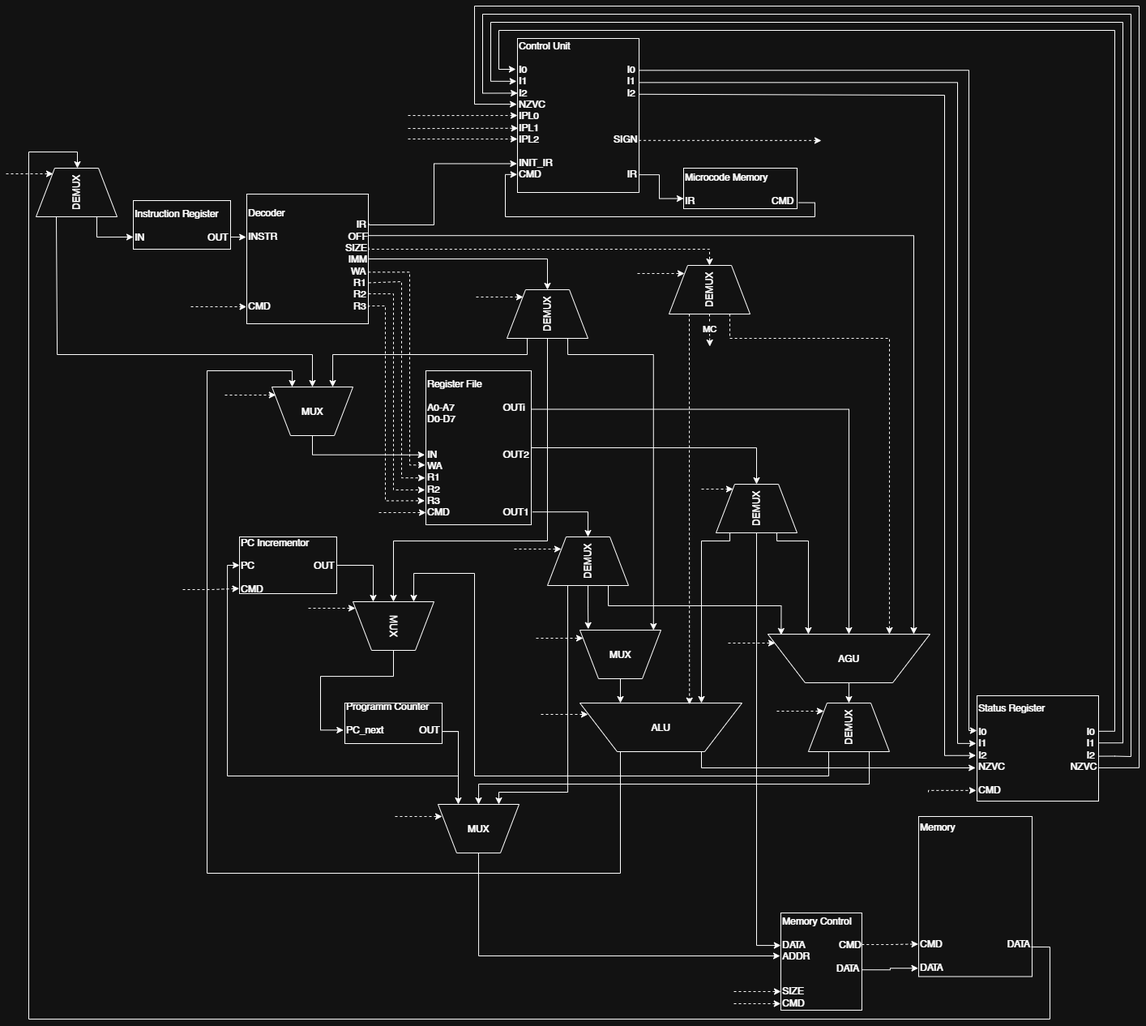
Earlier version of the draw.io export scheme/llm68kscheme.drawio.png (tr-osfh/computer_architecture). Source tidied: cells renumbered, new cells last; positions are measured from the earlier drawing's top-left corner, leaving out a move shared by most shapes.
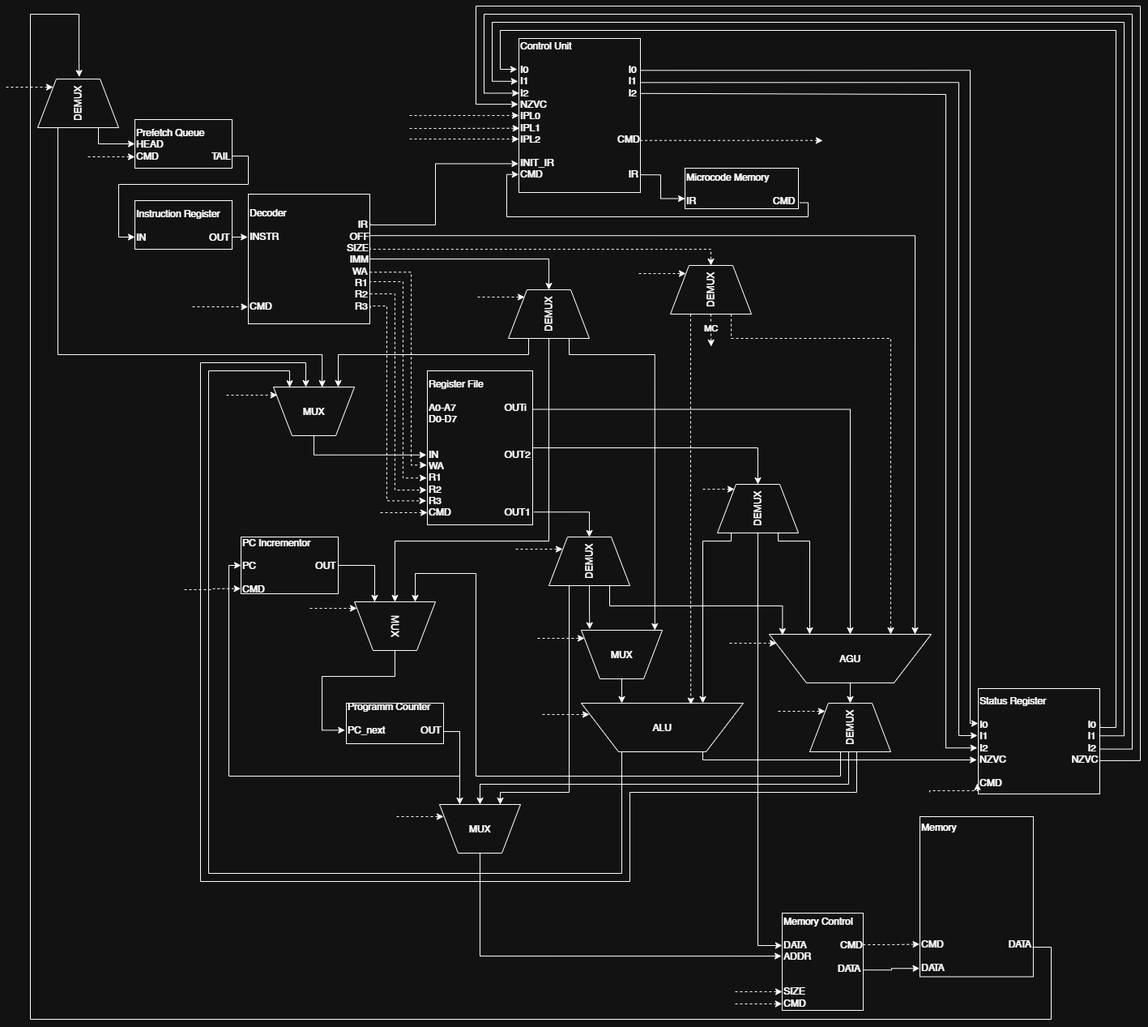
Later version of the same file.

Commit message:
fix: add Prefetch Queue

Change to the diagram source:
```diff
@@ -13,3 +13,3 @@
     </mxCell>
-    <mxCell id="5" style="edgeStyle=orthogonalEdgeStyle;rounded=0;jettySize=auto;html=1;entryX=0.25;entryY=1;entryDx=0;entryDy=0;exitX=0.25;exitY=0;exitDx=0;exitDy=0;" parent="1" edge="1" source="2" target="12">
+    <mxCell id="5" style="edgeStyle=orthogonalEdgeStyle;rounded=0;jettySize=auto;html=1;entryX=0.197;entryY=0.997;entryDx=0;entryDy=0;exitX=0.25;exitY=0;exitDx=0;exitDy=0;entryPerimeter=0;" parent="1" edge="1" source="2" target="12">
       <mxGeometry relative="1" as="geometry">
@@ -19,3 +19,4 @@
           <mxPoint x="248" y="450" />
-          <mxPoint x="353" y="450" />
+          <mxPoint x="348" y="450" />
+          <mxPoint x="348" y="470" />
         </Array>
@@ -29,6 +30,7 @@
     </mxCell>
-    <mxCell id="8" style="edgeStyle=orthogonalEdgeStyle;rounded=0;jettySize=auto;html=1;exitX=0.25;exitY=1;exitDx=0;exitDy=0;entryX=0.5;entryY=1;entryDx=0;entryDy=0;" parent="1" edge="1" source="45" target="19">
+    <mxCell id="8" style="edgeStyle=orthogonalEdgeStyle;rounded=0;jettySize=auto;html=1;exitX=0.5;exitY=1;exitDx=0;exitDy=0;entryX=0.5;entryY=1;entryDx=0;entryDy=0;" parent="1" edge="1" source="45" target="19">
       <mxGeometry relative="1" as="geometry">
         <Array as="points">
-          <mxPoint x="1065" y="960" />
+          <mxPoint x="1038" y="920" />
+          <mxPoint x="1038" y="960" />
           <mxPoint x="583" y="960" />
@@ -94,7 +96,7 @@
     </mxCell>
-    <mxCell id="23" style="edgeStyle=orthogonalEdgeStyle;rounded=0;jettySize=auto;html=1;exitX=0.75;exitY=1;exitDx=0;exitDy=0;entryX=0.5;entryY=1;entryDx=0;entryDy=0;" parent="1" edge="1" source="25" target="12">
+    <mxCell id="23" style="edgeStyle=orthogonalEdgeStyle;rounded=0;jettySize=auto;html=1;exitX=0.75;exitY=1;exitDx=0;exitDy=0;entryX=0.601;entryY=0.997;entryDx=0;entryDy=0;entryPerimeter=0;" parent="1" edge="1" source="25" target="12">
       <mxGeometry relative="1" as="geometry">
         <Array as="points">
-          <mxPoint x="63" y="430" />
-          <mxPoint x="378" y="430" />
+          <mxPoint x="62" y="430" />
+          <mxPoint x="388" y="430" />
         </Array>
@@ -102,3 +104,3 @@
     </mxCell>
-    <mxCell id="24" style="edgeStyle=orthogonalEdgeStyle;rounded=0;jettySize=auto;html=1;exitX=0.25;exitY=1;exitDx=0;exitDy=0;entryX=0;entryY=0.75;entryDx=0;entryDy=0;" parent="1" edge="1" source="25" target="22">
+    <mxCell id="24" style="edgeStyle=orthogonalEdgeStyle;rounded=0;jettySize=auto;html=1;exitX=0.25;exitY=1;exitDx=0;exitDy=0;entryX=0;entryY=0.5;entryDx=0;entryDy=0;" parent="1" edge="1" source="25" target="97">
       <mxGeometry relative="1" as="geometry" />
@@ -106,3 +108,3 @@
     <mxCell id="25" value="DEMUX" style="verticalLabelPosition=middle;verticalAlign=middle;html=1;shape=trapezoid;perimeter=trapezoidPerimeter;whiteSpace=wrap;size=0.23;arcSize=10;flipV=1;labelPosition=center;align=center;legacyAnchorPoints=0;rotation=-180;textDirection=vertical-rl;" parent="1" vertex="1">
-      <mxGeometry x="37" y="200" width="100" height="60" as="geometry" />
+      <mxGeometry x="37" y="90" width="100" height="60" as="geometry" />
     </mxCell>
@@ -111,3 +113,3 @@
     </mxCell>
-    <mxCell id="27" value="&lt;div&gt;Control Unit&lt;/div&gt;&lt;div&gt;&lt;br&gt;&lt;/div&gt;&lt;div&gt;&lt;div&gt;I0&lt;span style=&quot;white-space: pre;&quot;&gt;&#9;&lt;/span&gt;&lt;span style=&quot;white-space: pre;&quot;&gt;&#9;&lt;/span&gt;&lt;span style=&quot;white-space: pre;&quot;&gt;&#9;&lt;/span&gt;&lt;span style=&quot;white-space: pre;&quot;&gt;&#9;&lt;/span&gt;&lt;span style=&quot;white-space: pre;&quot;&gt;&#9;&lt;/span&gt;I0&lt;/div&gt;&lt;div&gt;I1&lt;span style=&quot;white-space: pre;&quot;&gt;&#9;&lt;/span&gt;&lt;span style=&quot;white-space: pre;&quot;&gt;&#9;&lt;/span&gt;&lt;span style=&quot;white-space: pre;&quot;&gt;&#9;&lt;/span&gt;&lt;span style=&quot;white-space: pre;&quot;&gt;&#9;&lt;/span&gt;&lt;span style=&quot;white-space: pre;&quot;&gt;&#9;&lt;/span&gt;I1&lt;/div&gt;&lt;div&gt;I2&lt;span style=&quot;white-space: pre;&quot;&gt;&#9;&lt;/span&gt;&lt;span style=&quot;white-space: pre;&quot;&gt;&#9;&lt;/span&gt;&lt;span style=&quot;white-space: pre;&quot;&gt;&#9;&lt;/span&gt;&lt;span style=&quot;white-space: pre;&quot;&gt;&#9;&lt;/span&gt;&lt;span style=&quot;white-space: pre;&quot;&gt;&#9;&lt;/span&gt;I2&lt;/div&gt;&lt;/div&gt;&lt;div&gt;NZVC&lt;/div&gt;&lt;div&gt;IPL0&lt;/div&gt;&lt;div&gt;IPL1&lt;/div&gt;&lt;div&gt;IPL2&lt;span style=&quot;white-space: pre;&quot;&gt;&#9;&lt;/span&gt;&lt;span style=&quot;white-space: pre;&quot;&gt;&#9;&lt;/span&gt;&lt;span style=&quot;white-space: pre;&quot;&gt;&#9;&lt;/span&gt;&lt;span style=&quot;white-space: pre;&quot;&gt;&#9;&amp;nbsp;&lt;/span&gt;&amp;nbsp;&amp;nbsp;&lt;span style=&quot;background-color: transparent; color: light-dark(rgb(0, 0, 0), rgb(255, 255, 255));&quot;&gt;SIGN&lt;/span&gt;&lt;/div&gt;&lt;div&gt;&lt;span style=&quot;white-space: pre;&quot;&gt;&#9;&lt;/span&gt;&lt;span style=&quot;white-space: pre;&quot;&gt;&#9;&lt;/span&gt;&lt;span style=&quot;white-space: pre;&quot;&gt;&#9;&lt;/span&gt;&lt;span style=&quot;white-space: pre;&quot;&gt;&#9;&lt;/span&gt;&amp;nbsp; &amp;nbsp; &amp;nbsp; &amp;nbsp;&amp;nbsp;&lt;/div&gt;&lt;div&gt;&lt;span style=&quot;background-color: transparent; color: light-dark(rgb(0, 0, 0), rgb(255, 255, 255));&quot;&gt;INIT_IR&amp;nbsp;&amp;nbsp;&lt;span style=&quot;white-space: pre;&quot;&gt;&#9;&lt;/span&gt;&lt;span style=&quot;white-space: pre;&quot;&gt;&#9;&lt;/span&gt;&lt;span style=&quot;white-space: pre;&quot;&gt;&#9;&lt;/span&gt;&amp;nbsp; &amp;nbsp; &amp;nbsp; &amp;nbsp;&amp;nbsp;&lt;/span&gt;&lt;/div&gt;&lt;div&gt;&lt;span style=&quot;background-color: transparent; color: light-dark(rgb(0, 0, 0), rgb(255, 255, 255));&quot;&gt;CMD&amp;nbsp;&amp;nbsp;&lt;/span&gt;&lt;span style=&quot;background-color: transparent; color: light-dark(rgb(0, 0, 0), rgb(255, 255, 255)); white-space: pre;&quot;&gt;&#9;&lt;/span&gt;&lt;span style=&quot;background-color: transparent; color: light-dark(rgb(0, 0, 0), rgb(255, 255, 255)); white-space: pre;&quot;&gt;&#9;&lt;/span&gt;&lt;span style=&quot;background-color: transparent; color: light-dark(rgb(0, 0, 0), rgb(255, 255, 255)); white-space: pre;&quot;&gt;&#9;&lt;/span&gt;&amp;nbsp; &amp;nbsp; &amp;nbsp; &amp;nbsp;&amp;nbsp;&lt;span style=&quot;background-color: transparent; color: light-dark(rgb(0, 0, 0), rgb(255, 255, 255));&quot;&gt;IR&lt;/span&gt;&lt;/div&gt;&lt;div&gt;&lt;span style=&quot;background-color: transparent; color: light-dark(rgb(0, 0, 0), rgb(255, 255, 255));&quot;&gt;&lt;br&gt;&lt;/span&gt;&lt;/div&gt;" style="rounded=0;whiteSpace=wrap;html=1;align=left;" parent="1" vertex="1">
+    <mxCell id="27" value="&lt;div&gt;Control Unit&lt;/div&gt;&lt;div&gt;&lt;br&gt;&lt;/div&gt;&lt;div&gt;&lt;div&gt;I0&lt;span style=&quot;white-space: pre;&quot;&gt;&#9;&lt;/span&gt;&lt;span style=&quot;white-space: pre;&quot;&gt;&#9;&lt;/span&gt;&lt;span style=&quot;white-space: pre;&quot;&gt;&#9;&lt;/span&gt;&lt;span style=&quot;white-space: pre;&quot;&gt;&#9;&lt;/span&gt;&lt;span style=&quot;white-space: pre;&quot;&gt;&#9;&lt;/span&gt;I0&lt;/div&gt;&lt;div&gt;I1&lt;span style=&quot;white-space: pre;&quot;&gt;&#9;&lt;/span&gt;&lt;span style=&quot;white-space: pre;&quot;&gt;&#9;&lt;/span&gt;&lt;span style=&quot;white-space: pre;&quot;&gt;&#9;&lt;/span&gt;&lt;span style=&quot;white-space: pre;&quot;&gt;&#9;&lt;/span&gt;&lt;span style=&quot;white-space: pre;&quot;&gt;&#9;&lt;/span&gt;I1&lt;/div&gt;&lt;div&gt;I2&lt;span style=&quot;white-space: pre;&quot;&gt;&#9;&lt;/span&gt;&lt;span style=&quot;white-space: pre;&quot;&gt;&#9;&lt;/span&gt;&lt;span style=&quot;white-space: pre;&quot;&gt;&#9;&lt;/span&gt;&lt;span style=&quot;white-space: pre;&quot;&gt;&#9;&lt;/span&gt;&lt;span style=&quot;white-space: pre;&quot;&gt;&#9;&lt;/span&gt;I2&lt;/div&gt;&lt;/div&gt;&lt;div&gt;NZVC&lt;/div&gt;&lt;div&gt;IPL0&lt;/div&gt;&lt;div&gt;IPL1&lt;/div&gt;&lt;div&gt;IPL2&lt;span style=&quot;white-space: pre;&quot;&gt;&#9;&lt;/span&gt;&lt;span style=&quot;white-space: pre;&quot;&gt;&#9;&lt;/span&gt;&lt;span style=&quot;white-space: pre;&quot;&gt;&#9;&lt;/span&gt;&lt;span style=&quot;white-space: pre;&quot;&gt;&#9;&amp;nbsp;&lt;/span&gt;&amp;nbsp; &amp;nbsp;CMD&lt;/div&gt;&lt;div&gt;&lt;span style=&quot;white-space: pre;&quot;&gt;&#9;&lt;/span&gt;&lt;span style=&quot;white-space: pre;&quot;&gt;&#9;&lt;/span&gt;&lt;span style=&quot;white-space: pre;&quot;&gt;&#9;&lt;/span&gt;&lt;span style=&quot;white-space: pre;&quot;&gt;&#9;&lt;/span&gt;&amp;nbsp; &amp;nbsp; &amp;nbsp; &amp;nbsp;&amp;nbsp;&lt;/div&gt;&lt;div&gt;&lt;span style=&quot;background-color: transparent; color: light-dark(rgb(0, 0, 0), rgb(255, 255, 255));&quot;&gt;INIT_IR&amp;nbsp;&amp;nbsp;&lt;span style=&quot;white-space: pre;&quot;&gt;&#9;&lt;/span&gt;&lt;span style=&quot;white-space: pre;&quot;&gt;&#9;&lt;/span&gt;&lt;span style=&quot;white-space: pre;&quot;&gt;&#9;&lt;/span&gt;&amp;nbsp; &amp;nbsp; &amp;nbsp; &amp;nbsp;&amp;nbsp;&lt;/span&gt;&lt;/div&gt;&lt;div&gt;&lt;span style=&quot;background-color: transparent; color: light-dark(rgb(0, 0, 0), rgb(255, 255, 255));&quot;&gt;CMD&amp;nbsp;&amp;nbsp;&lt;/span&gt;&lt;span style=&quot;background-color: transparent; color: light-dark(rgb(0, 0, 0), rgb(255, 255, 255)); white-space: pre;&quot;&gt;&#9;&lt;/span&gt;&lt;span style=&quot;background-color: transparent; color: light-dark(rgb(0, 0, 0), rgb(255, 255, 255)); white-space: pre;&quot;&gt;&#9;&lt;/span&gt;&lt;span style=&quot;background-color: transparent; color: light-dark(rgb(0, 0, 0), rgb(255, 255, 255)); white-space: pre;&quot;&gt;&#9;&lt;/span&gt;&amp;nbsp; &amp;nbsp; &amp;nbsp; &amp;nbsp;&amp;nbsp;&lt;span style=&quot;background-color: transparent; color: light-dark(rgb(0, 0, 0), rgb(255, 255, 255));&quot;&gt;IR&lt;/span&gt;&lt;/div&gt;&lt;div&gt;&lt;span style=&quot;background-color: transparent; color: light-dark(rgb(0, 0, 0), rgb(255, 255, 255));&quot;&gt;&lt;br&gt;&lt;/span&gt;&lt;/div&gt;" style="rounded=0;whiteSpace=wrap;html=1;align=left;" parent="1" vertex="1">
       <mxGeometry x="631" y="40" width="150" height="190" as="geometry" />
@@ -117,4 +119,4 @@
         <Array as="points">
-          <mxPoint x="998" y="243" />
-          <mxPoint x="998" y="260" />
+          <mxPoint x="988" y="243" />
+          <mxPoint x="988" y="260" />
           <mxPoint x="616" y="260" />
@@ -125,3 +127,3 @@
     <mxCell id="29" value="&lt;div&gt;Status Register&lt;/div&gt;&lt;div&gt;&lt;span style=&quot;white-space: pre;&quot;&gt;&#9;&lt;/span&gt;&lt;span style=&quot;white-space: pre;&quot;&gt;&#9;&lt;/span&gt;&lt;span style=&quot;white-space: pre;&quot;&gt;&#9;&lt;/span&gt;&lt;span style=&quot;white-space: pre;&quot;&gt;&#9;&lt;/span&gt;&amp;nbsp; &amp;nbsp; &amp;nbsp; &amp;nbsp;&amp;nbsp;&lt;/div&gt;&lt;div&gt;&lt;span style=&quot;background-color: transparent; color: light-dark(rgb(0, 0, 0), rgb(255, 255, 255));&quot;&gt;I0&lt;span style=&quot;white-space: pre;&quot;&gt;&#9;&lt;/span&gt;&lt;span style=&quot;white-space: pre;&quot;&gt;&#9;&lt;/span&gt;&lt;span style=&quot;white-space: pre;&quot;&gt;&#9;&lt;/span&gt;&lt;span style=&quot;white-space: pre;&quot;&gt;&#9;&lt;span style=&quot;white-space: pre;&quot;&gt;&#9;&lt;/span&gt;&lt;/span&gt;I0&lt;/span&gt;&lt;/div&gt;&lt;div&gt;&lt;span style=&quot;background-color: transparent; color: light-dark(rgb(0, 0, 0), rgb(255, 255, 255));&quot;&gt;I1&lt;span style=&quot;white-space: pre;&quot;&gt;&#9;&lt;/span&gt;&lt;span style=&quot;white-space: pre;&quot;&gt;&#9;&lt;/span&gt;&lt;span style=&quot;white-space: pre;&quot;&gt;&#9;&lt;/span&gt;&lt;span style=&quot;white-space: pre;&quot;&gt;&#9;&lt;/span&gt;&lt;span style=&quot;white-space: pre;&quot;&gt;&#9;&lt;/span&gt;I1&lt;/span&gt;&lt;/div&gt;&lt;div&gt;&lt;span style=&quot;background-color: transparent; color: light-dark(rgb(0, 0, 0), rgb(255, 255, 255));&quot;&gt;I2&lt;span style=&quot;white-space: pre;&quot;&gt;&#9;&lt;/span&gt;&lt;span style=&quot;white-space: pre;&quot;&gt;&#9;&lt;/span&gt;&lt;span style=&quot;white-space: pre;&quot;&gt;&#9;&lt;/span&gt;&lt;span style=&quot;white-space: pre;&quot;&gt;&#9;&lt;/span&gt;&lt;span style=&quot;white-space: pre;&quot;&gt;&#9;&lt;/span&gt;I2&lt;/span&gt;&lt;/div&gt;&lt;div&gt;&lt;div&gt;&lt;span style=&quot;background-color: transparent; color: light-dark(rgb(0, 0, 0), rgb(255, 255, 255));&quot;&gt;NZVC&lt;span style=&quot;white-space: pre;&quot;&gt;&#9;&lt;/span&gt;&lt;span style=&quot;white-space: pre;&quot;&gt;&#9;&lt;/span&gt;&lt;span style=&quot;white-space: pre;&quot;&gt;&#9;&lt;/span&gt;&amp;nbsp; NZVC&lt;/span&gt;&lt;/div&gt;&lt;/div&gt;&lt;div&gt;&lt;br&gt;&lt;/div&gt;&lt;div&gt;CMD&lt;/div&gt;" style="rounded=0;whiteSpace=wrap;html=1;align=left;" parent="1" vertex="1">
-      <mxGeometry x="1198" y="851" width="150" height="130" as="geometry" />
+      <mxGeometry x="1198" y="842" width="150" height="130" as="geometry" />
     </mxCell>
@@ -212,3 +214,4 @@
         <Array as="points">
-          <mxPoint x="1015" y="950" />
+          <mxPoint x="1028" y="920" />
+          <mxPoint x="1028" y="950" />
           <mxPoint x="578" y="950" />
@@ -238,3 +241,3 @@
     </mxCell>
-    <mxCell id="48" style="edgeStyle=orthogonalEdgeStyle;rounded=0;jettySize=auto;html=1;entryX=0.75;entryY=1;entryDx=0;entryDy=0;exitX=0.75;exitY=1;exitDx=0;exitDy=0;" parent="1" edge="1" source="49" target="12">
+    <mxCell id="48" style="edgeStyle=orthogonalEdgeStyle;rounded=0;jettySize=auto;html=1;exitX=0.75;exitY=1;exitDx=0;exitDy=0;entryX=0.797;entryY=1;entryDx=0;entryDy=0;entryPerimeter=0;" parent="1" edge="1" source="49" target="12">
       <mxGeometry relative="1" as="geometry">
@@ -242,3 +245,4 @@
           <mxPoint x="643" y="430" />
-          <mxPoint x="403" y="430" />
+          <mxPoint x="408" y="430" />
+          <mxPoint x="408" y="470" />
         </Array>
@@ -268,3 +272,3 @@
     </mxCell>
-    <mxCell id="55" style="edgeStyle=orthogonalEdgeStyle;rounded=0;jettySize=auto;html=1;exitX=0.993;exitY=0.815;exitDx=0;exitDy=0;exitPerimeter=0;entryX=0.5;entryY=0;entryDx=0;entryDy=0;" parent="1" edge="1" source="14" target="25">
+    <mxCell id="55" style="edgeStyle=orthogonalEdgeStyle;rounded=0;jettySize=auto;html=1;exitX=0.993;exitY=0.815;exitDx=0;exitDy=0;exitPerimeter=0;entryX=0.487;entryY=-0.044;entryDx=0;entryDy=0;entryPerimeter=0;" parent="1" edge="1" source="14" target="25">
       <mxGeometry relative="1" as="geometry">
@@ -274,5 +278,6 @@
           <mxPoint x="28" y="1250" />
-          <mxPoint x="28" y="180" />
-          <mxPoint x="88" y="180" />
-          <mxPoint x="88" y="200" />
+          <mxPoint x="28" y="10" />
+          <mxPoint x="88" y="10" />
+          <mxPoint x="88" y="70" />
+          <mxPoint x="88" y="70" />
         </Array>
@@ -292,4 +297,4 @@
         <Array as="points">
-          <mxPoint x="858" y="940" />
-          <mxPoint x="1196" y="940" />
+          <mxPoint x="858" y="930" />
+          <mxPoint x="1196" y="930" />
         </Array>
@@ -297,8 +302,9 @@
     </mxCell>
-    <mxCell id="58" style="edgeStyle=orthogonalEdgeStyle;rounded=0;jettySize=auto;html=1;exitX=0.997;exitY=0.362;exitDx=0;exitDy=0;exitPerimeter=0;entryX=-0.009;entryY=0.567;entryDx=0;entryDy=0;entryPerimeter=0;" parent="1" edge="1" source="27" target="29">
+    <mxCell id="58" style="edgeStyle=orthogonalEdgeStyle;rounded=0;jettySize=auto;html=1;exitX=0.997;exitY=0.362;exitDx=0;exitDy=0;exitPerimeter=0;entryX=-0.008;entryY=0.563;entryDx=0;entryDy=0;entryPerimeter=0;" parent="1" edge="1" target="29">
       <mxGeometry relative="1" as="geometry">
+        <mxPoint x="780.5" y="107.8" as="sourcePoint" />
         <Array as="points">
-          <mxPoint x="781" y="110" />
-          <mxPoint x="1158" y="110" />
-          <mxPoint x="1158" y="925" />
+          <mxPoint x="781" y="109" />
+          <mxPoint x="1158" y="109" />
+          <mxPoint x="1158" y="915" />
         </Array>
@@ -310,3 +316,4 @@
           <mxPoint x="1174" y="94" />
-          <mxPoint x="1174" y="910" />
+          <mxPoint x="1174" y="900" />
+          <mxPoint x="1197" y="900" />
         </Array>
@@ -318,4 +325,4 @@
           <mxPoint x="1188" y="79" />
-          <mxPoint x="1188" y="894" />
-          <mxPoint x="1198" y="894" />
+          <mxPoint x="1188" y="885" />
+          <mxPoint x="1198" y="885" />
         </Array>
@@ -326,3 +333,4 @@
         <Array as="points">
-          <mxPoint x="1368" y="895" />
+          <mxPoint x="1348" y="890" />
+          <mxPoint x="1368" y="890" />
           <mxPoint x="1368" y="30" />
@@ -337,3 +345,3 @@
         <Array as="points">
-          <mxPoint x="1378" y="909" />
+          <mxPoint x="1378" y="900" />
           <mxPoint x="1378" y="20" />
@@ -347,7 +355,6 @@
         <Array as="points">
-          <mxPoint x="1368" y="926" />
-          <mxPoint x="1388" y="926" />
+          <mxPoint x="1388" y="917" />
           <mxPoint x="1388" y="10" />
           <mxPoint x="588" y="10" />
-          <mxPoint x="588" y="107" />
+          <mxPoint x="588" y="108" />
         </Array>
@@ -358,3 +365,3 @@
         <Array as="points">
-          <mxPoint x="1398" y="940" />
+          <mxPoint x="1398" y="931" />
           <mxPoint x="1398" />
@@ -556,4 +563,4 @@
       <mxGeometry relative="1" as="geometry">
-        <mxPoint y="207" as="sourcePoint" />
-        <mxPoint x="58" y="207" as="targetPoint" />
+        <mxPoint x="-2" y="100" as="sourcePoint" />
+        <mxPoint x="56" y="100" as="targetPoint" />
       </mxGeometry>
@@ -572,2 +579,27 @@
     </mxCell>
+    <mxCell id="97" value="Prefetch Queue&lt;div&gt;HEAD&lt;/div&gt;&lt;div&gt;CMD&amp;nbsp; &amp;nbsp;&lt;span style=&quot;white-space: pre;&quot;&gt;&#9;&lt;/span&gt;&lt;span style=&quot;white-space: pre;&quot;&gt;&#9;&lt;/span&gt;&amp;nbsp; &amp;nbsp; TAIL&lt;/div&gt;" style="rounded=0;whiteSpace=wrap;html=1;align=left;" parent="1" vertex="1">
+      <mxGeometry x="157" y="140" width="120" height="60" as="geometry" />
+    </mxCell>
+    <mxCell id="98" style="edgeStyle=orthogonalEdgeStyle;rounded=0;jettySize=auto;html=1;exitX=1;exitY=0.75;exitDx=0;exitDy=0;entryX=0;entryY=0.75;entryDx=0;entryDy=0;" parent="1" edge="1" source="97" target="22">
+      <mxGeometry relative="1" as="geometry" />
+    </mxCell>
+    <mxCell id="99" style="edgeStyle=orthogonalEdgeStyle;rounded=0;orthogonalLoop=1;jettySize=auto;html=1;entryX=-0.002;entryY=0.933;entryDx=0;entryDy=0;entryPerimeter=0;dashed=1;" parent="1" edge="1">
+      <mxGeometry relative="1" as="geometry">
+        <mxPoint x="99" y="186" as="sourcePoint" />
+        <mxPoint x="157" y="186" as="targetPoint" />
+      </mxGeometry>
+    </mxCell>
+    <mxCell id="100" style="edgeStyle=orthogonalEdgeStyle;rounded=0;jettySize=auto;html=1;exitX=0.25;exitY=1;exitDx=0;exitDy=0;entryX=0.4;entryY=1;entryDx=0;entryDy=0;entryPerimeter=0;" parent="1" edge="1" source="45" target="12">
+      <mxGeometry relative="1" as="geometry">
+        <Array as="points">
+          <mxPoint x="1048" y="920" />
+          <mxPoint x="1048" y="970" />
+          <mxPoint x="768" y="970" />
+          <mxPoint x="768" y="1080" />
+          <mxPoint x="238" y="1080" />
+          <mxPoint x="238" y="440" />
+          <mxPoint x="368" y="440" />
+        </Array>
+      </mxGeometry>
+    </mxCell>
   </root>
```
